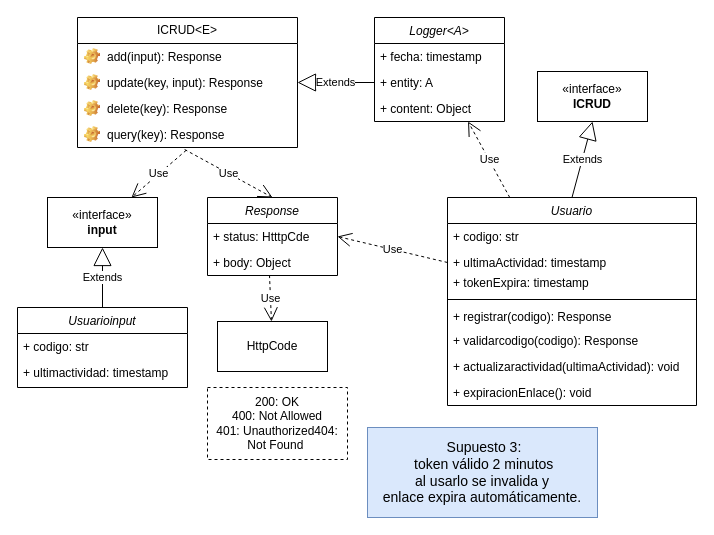
Earlier version of the draw.io diagram Front-End_Sprint/DiagramaSupuesto3.drawio (Giggin-html/dwm4). Source tidied: cells renumbered, new cells numbered last; positions are measured from the earlier drawing's top-left corner, leaving out a move shared by most shapes. Both pictures are drawn from the tidied source at 100%, with x=0, y=0 at pixel (17, 17).
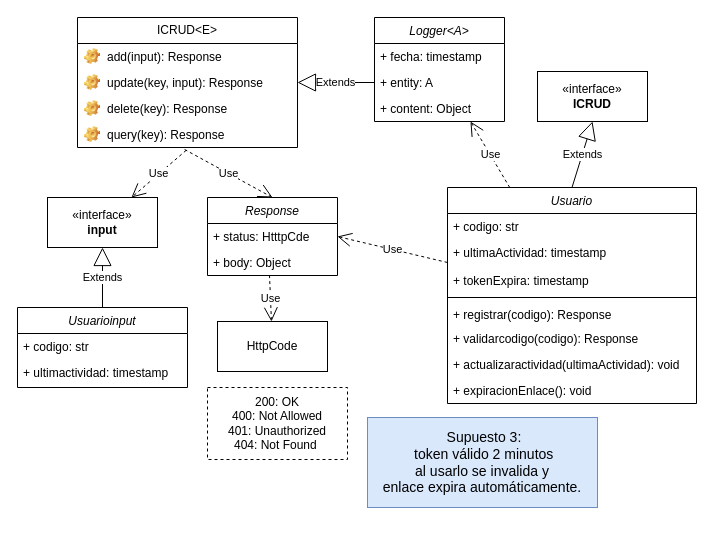
The same diagram, later.

The edit, as a diff of the source:
```diff
@@
     <mxCell id="2" value="Usuario" style="swimlane;fontStyle=2;align=center;verticalAlign=top;horizontal=1;startSize=26;rounded=0;shadow=0;strokeWidth=1;" parent="1" vertex="1">
-      <mxGeometry x="430" y="180" width="249" height="208" as="geometry" />
+      <mxGeometry x="430" y="170" width="249" height="216" as="geometry" />
     </mxCell>
@@
     <mxCell id="4" value="+ ultimaActividad: timestamp" style="text;strokeColor=none;fillColor=none;align=left;verticalAlign=top;spacingLeft=4;spacingRight=4;overflow=hidden;whiteSpace=wrap;html=1;" parent="2" vertex="1">
-      <mxGeometry y="52" width="249" height="20" as="geometry" />
+      <mxGeometry y="52" width="249" height="28" as="geometry" />
     </mxCell>
     <mxCell id="5" value="+ tokenExpira: timestamp" style="text;strokeColor=none;fillColor=none;align=left;verticalAlign=top;spacingLeft=4;spacingRight=4;overflow=hidden;whiteSpace=wrap;html=1;" parent="2" vertex="1">
-      <mxGeometry y="72" width="249" height="26" as="geometry" />
+      <mxGeometry y="80" width="249" height="26" as="geometry" />
     </mxCell>
     <mxCell id="6" style="line;html=1;strokeWidth=1;align=left;verticalAlign=middle;spacingTop=-1;spacingLeft=3;spacingRight=3;labelPosition=right;" parent="2" vertex="1">
-      <mxGeometry y="98" width="249" height="8" as="geometry" />
+      <mxGeometry y="106" width="249" height="8" as="geometry" />
     </mxCell>
     <mxCell id="7" value="+ registrar(codigo): Response" style="text;strokeColor=none;fillColor=none;align=left;verticalAlign=top;spacingLeft=4;spacingRight=4;overflow=hidden;whiteSpace=wrap;html=1;" parent="2" vertex="1">
-      <mxGeometry y="106" width="249" height="24" as="geometry" />
+      <mxGeometry y="114" width="249" height="24" as="geometry" />
     </mxCell>
     <mxCell id="8" value="+ validarcodigo(codigo): Response" style="text;strokeColor=none;fillColor=none;align=left;verticalAlign=top;spacingLeft=4;spacingRight=4;overflow=hidden;whiteSpace=wrap;html=1;" parent="2" vertex="1">
-      <mxGeometry y="130" width="249" height="26" as="geometry" />
+      <mxGeometry y="138" width="249" height="26" as="geometry" />
     </mxCell>
     <mxCell id="9" value="+ actualizaractividad(ultimaActividad): void" style="text;strokeColor=none;fillColor=none;align=left;verticalAlign=top;spacingLeft=4;spacingRight=4;overflow=hidden;whiteSpace=wrap;html=1;" parent="2" vertex="1">
-      <mxGeometry y="156" width="249" height="26" as="geometry" />
+      <mxGeometry y="164" width="249" height="26" as="geometry" />
     </mxCell>
     <mxCell id="10" value="+ expiracionEnlace(): void" style="text;strokeColor=none;fillColor=none;align=left;verticalAlign=top;spacingLeft=4;spacingRight=4;overflow=hidden;whiteSpace=wrap;html=1;" parent="2" vertex="1">
-      <mxGeometry y="182" width="249" height="26" as="geometry" />
+      <mxGeometry y="190" width="249" height="26" as="geometry" />
     </mxCell>
@@
     <mxCell id="31" value="&lt;font style=&quot;font-size: 14px;&quot;&gt;&amp;nbsp;Supuesto 3:&lt;/font&gt;&lt;div&gt;&amp;nbsp;&lt;font style=&quot;font-size: 14px;&quot;&gt;token válido 2 minutos&lt;/font&gt;&lt;/div&gt;&lt;div&gt;&lt;font style=&quot;font-size: 14px;&quot;&gt;&amp;nbsp;al usarlo se invalida y&amp;nbsp;&lt;/font&gt;&lt;/div&gt;&lt;div&gt;&lt;font style=&quot;font-size: 14px;&quot;&gt;enlace expira automáticamente.&lt;/font&gt;&lt;/div&gt;" style="html=1;whiteSpace=wrap;fillColor=#dae8fc;strokeColor=#6c8ebf;" parent="1" vertex="1">
-      <mxGeometry x="350" y="410" width="230" height="90" as="geometry" />
+      <mxGeometry x="350" y="400" width="230" height="90" as="geometry" />
     </mxCell>
-    <mxCell id="32" value="200: OK&lt;div&gt;400: Not Allowed&lt;/div&gt;&lt;div&gt;&lt;div&gt;&lt;span style=&quot;background-color: transparent;&quot;&gt;401: Unauthorized&lt;/span&gt;404: Not Found&amp;nbsp;&lt;/div&gt;&lt;/div&gt;" style="html=1;whiteSpace=wrap;dashed=1;" parent="1" vertex="1">
+    <mxCell id="32" value="200: OK&lt;div&gt;400: Not Allowed&lt;/div&gt;&lt;div&gt;&lt;div&gt;&lt;span style=&quot;background-color: transparent;&quot;&gt;401: Unauthorized&lt;/span&gt;&lt;/div&gt;&lt;div&gt;404: Not Found&amp;nbsp;&lt;/div&gt;&lt;/div&gt;" style="html=1;whiteSpace=wrap;dashed=1;" parent="1" vertex="1">
       <mxGeometry x="190" y="370" width="140" height="72" as="geometry" />
     </mxCell>
```
